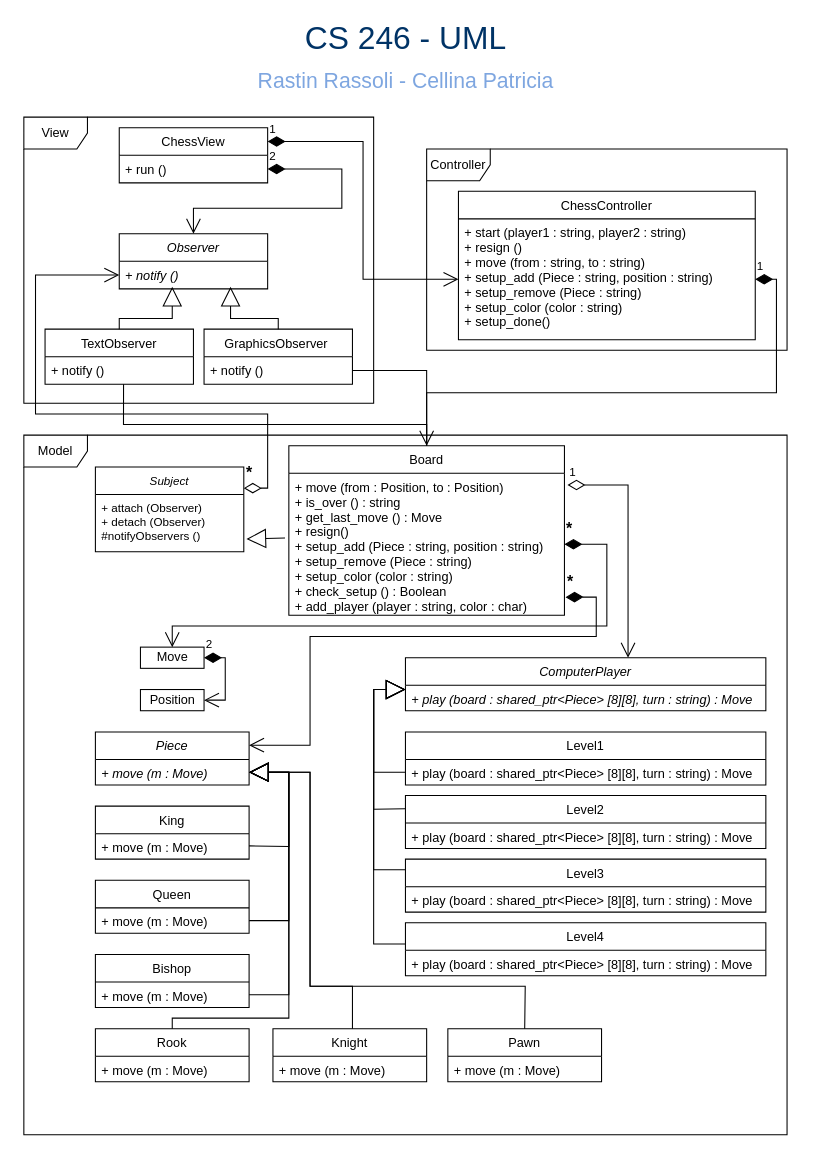
This is ChessUML.drawio from rastin1379/CS_246_Project, a draw.io file, before an edit. Source tidied: cells renumbered, new cells numbered last; positions are measured from the earlier drawing's top-left corner, leaving out a move shared by most shapes. Both pictures are drawn from the tidied source at 106%, with x=0, y=0 at pixel (23, 21).
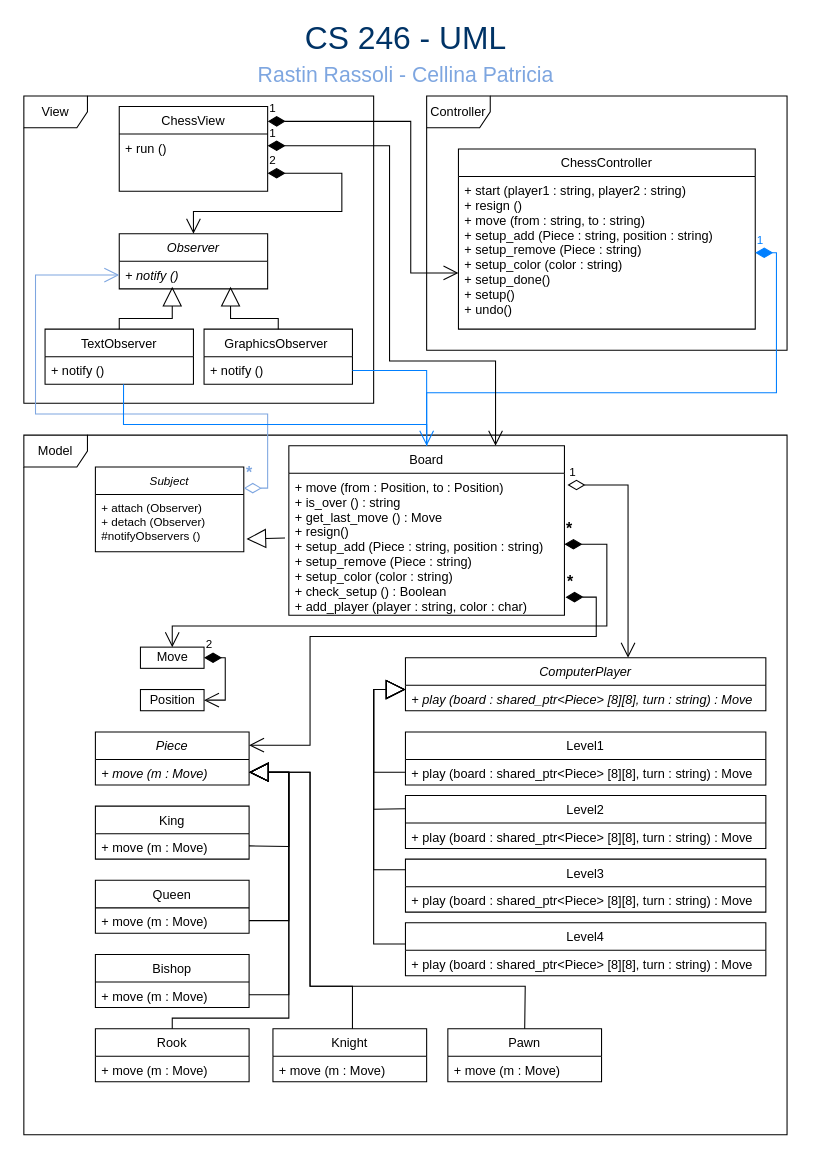
Above is the later version.

Unchanged cells that the change refers to:
```xml
<mxCell id="7" value="Observer" style="swimlane;fontStyle=2;horizontal=1;startSize=26;fillColor=none;" parent="1" vertex="1">
  <mxGeometry x="90" y="200" width="140" height="52" as="geometry" />
</mxCell>
<mxCell id="8" value="+ notify ()" style="text;strokeColor=none;fillColor=none;align=left;verticalAlign=top;spacingLeft=4;spacingRight=4;overflow=hidden;points=[[0,0.5],[1,0.5]];portConstraint=eastwest;fontStyle=2;" parent="7" vertex="1">
  <mxGeometry y="26" width="140" height="26" as="geometry" />
</mxCell>
<mxCell id="11" value="+ notify ()" style="text;strokeColor=none;fillColor=none;align=left;verticalAlign=top;spacingLeft=4;spacingRight=4;overflow=hidden;points=[[0,0.5],[1,0.5]];portConstraint=eastwest;fontStyle=0;" parent="9" vertex="1">
  <mxGeometry y="26" width="140" height="26" as="geometry" />
</mxCell>
<mxCell id="13" value="+ notify ()" style="text;strokeColor=none;fillColor=none;align=left;verticalAlign=top;spacingLeft=4;spacingRight=4;overflow=hidden;points=[[0,0.5],[1,0.5]];portConstraint=eastwest;fontStyle=0;" parent="12" vertex="1">
  <mxGeometry y="26" width="140" height="26" as="geometry" />
</mxCell>
<mxCell id="17" value="Board" style="swimlane;fontStyle=0;horizontal=1;startSize=26;fillColor=none;" parent="1" vertex="1">
  <mxGeometry x="250" y="400" width="260" height="160" as="geometry" />
</mxCell>
<mxCell id="62" value="Subject" style="swimlane;fontStyle=2;horizontal=1;startSize=26;fillColor=none;fontSize=11;" parent="1" vertex="1">
  <mxGeometry x="67.5" y="420" width="140" height="80" as="geometry" />
</mxCell>
```

Diff of the diagram source:
```diff
@@
     <mxCell id="2" value="View" style="shape=umlFrame;whiteSpace=wrap;html=1;" parent="1" vertex="1">
-      <mxGeometry y="90" width="330" height="270" as="geometry" />
+      <mxGeometry y="70" width="330" height="290" as="geometry" />
     </mxCell>
     <mxCell id="3" value="Controller" style="shape=umlFrame;whiteSpace=wrap;html=1;" parent="1" vertex="1">
-      <mxGeometry x="380" y="120" width="340" height="190" as="geometry" />
+      <mxGeometry x="380" y="70" width="340" height="240" as="geometry" />
     </mxCell>
@@
     <mxCell id="5" value="ChessView" style="swimlane;fontStyle=0;horizontal=1;startSize=26;fillColor=none;" parent="1" vertex="1">
-      <mxGeometry x="90" y="100" width="140" height="52" as="geometry" />
+      <mxGeometry x="90" y="80" width="140" height="80" as="geometry" />
     </mxCell>
     <mxCell id="6" value="+ run ()" style="text;strokeColor=none;fillColor=none;align=left;verticalAlign=top;spacingLeft=4;spacingRight=4;overflow=hidden;" parent="5" vertex="1">
-      <mxGeometry y="26" width="140" height="26" as="geometry" />
+      <mxGeometry y="26" width="140" height="54" as="geometry" />
     </mxCell>
@@
     <mxCell id="15" value="ChessController" style="swimlane;fontStyle=0;horizontal=1;startSize=26;fillColor=none;" parent="1" vertex="1">
-      <mxGeometry x="410" y="160" width="280" height="140" as="geometry" />
+      <mxGeometry x="410" y="120" width="280" height="170" as="geometry" />
     </mxCell>
-    <mxCell id="16" value="+ start (player1 : string, player2 : string)&#10;+ resign ()&#10;+ move (from : string, to : string)&#10;+ setup_add (Piece : string, position : string)&#10;+ setup_remove (Piece : string)&#10;+ setup_color (color : string)&#10;+ setup_done()" style="text;strokeColor=none;fillColor=none;align=left;verticalAlign=top;spacingLeft=4;spacingRight=4;overflow=hidden;points=[[0,0.5],[1,0.5]];portConstraint=eastwest;" parent="15" vertex="1">
-      <mxGeometry y="26" width="280" height="114" as="geometry" />
+    <mxCell id="16" value="+ start (player1 : string, player2 : string)&#10;+ resign ()&#10;+ move (from : string, to : string)&#10;+ setup_add (Piece : string, position : string)&#10;+ setup_remove (Piece : string)&#10;+ setup_color (color : string)&#10;+ setup_done()&#10;+ setup()&#10;+ undo()" style="text;strokeColor=none;fillColor=none;align=left;verticalAlign=top;spacingLeft=4;spacingRight=4;overflow=hidden;points=[[0,0.5],[1,0.5]];portConstraint=eastwest;" parent="15" vertex="1">
+      <mxGeometry y="26" width="280" height="144" as="geometry" />
     </mxCell>
@@
-    <mxCell id="34" value="1" style="endArrow=open;html=1;endSize=12;startArrow=diamondThin;startSize=14;startFill=1;edgeStyle=orthogonalEdgeStyle;align=left;verticalAlign=bottom;rounded=0;exitX=1;exitY=0.25;exitDx=0;exitDy=0;entryX=0;entryY=0.5;entryDx=0;entryDy=0;" parent="1" edge="1" source="5" target="16">
-      <mxGeometry x="-1" y="3" relative="1" as="geometry" />
+    <mxCell id="34" value="1" style="endArrow=open;html=1;endSize=12;startArrow=diamondThin;startSize=14;startFill=1;edgeStyle=orthogonalEdgeStyle;align=left;verticalAlign=bottom;rounded=0;entryX=0;entryY=0.5;entryDx=0;entryDy=0;exitX=1;exitY=0.25;exitDx=0;exitDy=0;" parent="1" edge="1">
+      <mxGeometry x="-1" y="3" relative="1" as="geometry">
+        <mxPoint x="230" y="94" as="sourcePoint" />
+        <mxPoint x="410" y="237" as="targetPoint" />
+        <Array as="points">
+          <mxPoint x="365" y="94" />
+          <mxPoint x="365" y="237" />
+        </Array>
+      </mxGeometry>
     </mxCell>
-    <mxCell id="35" value="1" style="endArrow=open;html=1;endSize=12;startArrow=diamondThin;startSize=14;startFill=1;edgeStyle=orthogonalEdgeStyle;align=left;verticalAlign=bottom;rounded=0;entryX=0.5;entryY=0;entryDx=0;entryDy=0;exitX=1;exitY=0.5;exitDx=0;exitDy=0;" parent="1" edge="1" source="16" target="17">
+    <mxCell id="35" value="1" style="endArrow=open;html=1;endSize=12;startArrow=diamondThin;startSize=14;startFill=1;edgeStyle=orthogonalEdgeStyle;align=left;verticalAlign=bottom;rounded=0;entryX=0.5;entryY=0;entryDx=0;entryDy=0;exitX=1;exitY=0.5;exitDx=0;exitDy=0;strokeColor=#007FFF;fontColor=#007FFF;" parent="1" edge="1" source="16" target="17">
       <mxGeometry x="-1" y="3" relative="1" as="geometry">
         <Array as="points">
-          <mxPoint x="710" y="243" />
+          <mxPoint x="710" y="218" />
           <mxPoint x="710" y="350" />
           <mxPoint x="380" y="350" />
         </Array>
       </mxGeometry>
     </mxCell>
-    <mxCell id="36" value="2" style="endArrow=open;html=1;endSize=12;startArrow=diamondThin;startSize=14;startFill=1;edgeStyle=orthogonalEdgeStyle;align=left;verticalAlign=bottom;rounded=0;exitX=1;exitY=0.75;exitDx=0;exitDy=0;entryX=0.5;entryY=0;entryDx=0;entryDy=0;" parent="1" edge="1" source="5" target="7">
+    <mxCell id="36" value="2" style="endArrow=open;html=1;endSize=12;startArrow=diamondThin;startSize=14;startFill=1;edgeStyle=orthogonalEdgeStyle;align=left;verticalAlign=bottom;rounded=0;exitX=1;exitY=0.75;exitDx=0;exitDy=0;" parent="1" edge="1" target="7">
       <mxGeometry x="-1" y="3" relative="1" as="geometry">
+        <mxPoint x="230" y="143" as="sourcePoint" />
         <Array as="points">
-          <mxPoint x="300" y="139" />
-          <mxPoint x="300" y="176" />
-          <mxPoint x="160" y="176" />
+          <mxPoint x="300" y="143" />
+          <mxPoint x="300" y="179" />
+          <mxPoint x="160" y="179" />
         </Array>
       </mxGeometry>
     </mxCell>
@@
-    <mxCell id="65" value="&lt;font style=&quot;font-size: 15px&quot;&gt;&lt;b&gt;*&lt;/b&gt;&lt;/font&gt;" style="endArrow=open;html=1;endSize=12;startArrow=diamondThin;startSize=14;startFill=0;edgeStyle=orthogonalEdgeStyle;align=left;verticalAlign=bottom;rounded=0;fontSize=11;entryX=0;entryY=0.5;entryDx=0;entryDy=0;exitX=1;exitY=0.25;exitDx=0;exitDy=0;" parent="1" edge="1" source="62" target="8">
+    <mxCell id="65" value="&lt;font style=&quot;font-size: 15px&quot;&gt;&lt;b&gt;*&lt;/b&gt;&lt;/font&gt;" style="endArrow=open;html=1;endSize=12;startArrow=diamondThin;startSize=14;startFill=0;edgeStyle=orthogonalEdgeStyle;align=left;verticalAlign=bottom;rounded=0;fontSize=11;entryX=0;entryY=0.5;entryDx=0;entryDy=0;exitX=1;exitY=0.25;exitDx=0;exitDy=0;fontColor=#7EA6E0;strokeColor=#7EA6E0;" parent="1" edge="1" source="62" target="8">
       <mxGeometry x="-1" y="3" relative="1" as="geometry">
         <Array as="points">
           <mxPoint x="230" y="440" />
           <mxPoint x="230" y="370" />
           <mxPoint x="11" y="370" />
           <mxPoint x="11" y="239" />
         </Array>
       </mxGeometry>
     </mxCell>
-    <mxCell id="66" style="endArrow=none;html=1;rounded=0;exitX=1;exitY=0.5;exitDx=0;exitDy=0;entryX=0.5;entryY=0;entryDx=0;entryDy=0;" parent="1" edge="1" source="11" target="17">
+    <mxCell id="66" style="endArrow=none;html=1;rounded=0;exitX=1;exitY=0.5;exitDx=0;exitDy=0;entryX=0.5;entryY=0;entryDx=0;entryDy=0;strokeColor=#007FFF;" parent="1" edge="1" source="11" target="17">
       <mxGeometry relative="1" as="geometry">
         <Array as="points">
           <mxPoint x="380" y="329" />
         </Array>
       </mxGeometry>
     </mxCell>
-    <mxCell id="67" style="endArrow=none;html=1;rounded=0;entryX=0.529;entryY=1;entryDx=0;entryDy=0;entryPerimeter=0;exitX=0.5;exitY=0;exitDx=0;exitDy=0;" parent="1" edge="1" source="17" target="13">
+    <mxCell id="67" style="endArrow=none;html=1;rounded=0;entryX=0.529;entryY=1;entryDx=0;entryDy=0;entryPerimeter=0;exitX=0.5;exitY=0;exitDx=0;exitDy=0;strokeColor=#007FFF;" parent="1" edge="1" source="17" target="13">
       <mxGeometry relative="1" as="geometry">
         <Array as="points">
           <mxPoint x="380" y="380" />
           <mxPoint x="94" y="380" />
         </Array>
       </mxGeometry>
     </mxCell>
@@
     <mxCell id="69" value="&lt;font style=&quot;font-size: 20px&quot; color=&quot;#7ea6e0&quot;&gt;Rastin Rassoli - Cellina Patricia&lt;/font&gt;" style="text;html=1;align=center;verticalAlign=middle;strokeColor=none;fillColor=none;" parent="1" vertex="1">
-      <mxGeometry x="215" y="45" width="290" height="20" as="geometry" />
+      <mxGeometry x="215" y="39" width="290" height="20" as="geometry" />
     </mxCell>
+    <mxCell id="70" value="1" style="endArrow=open;html=1;endSize=12;startArrow=diamondThin;startSize=14;startFill=1;edgeStyle=orthogonalEdgeStyle;align=left;verticalAlign=bottom;rounded=0;entryX=0.75;entryY=0;entryDx=0;entryDy=0;exitX=1;exitY=0.25;exitDx=0;exitDy=0;" parent="1" edge="1" target="17">
+      <mxGeometry x="-1" y="3" relative="1" as="geometry">
+        <mxPoint x="230" y="117" as="sourcePoint" />
+        <Array as="points">
+          <mxPoint x="345" y="117" />
+          <mxPoint x="345" y="320" />
+          <mxPoint x="445" y="320" />
+        </Array>
+      </mxGeometry>
+    </mxCell>
```
